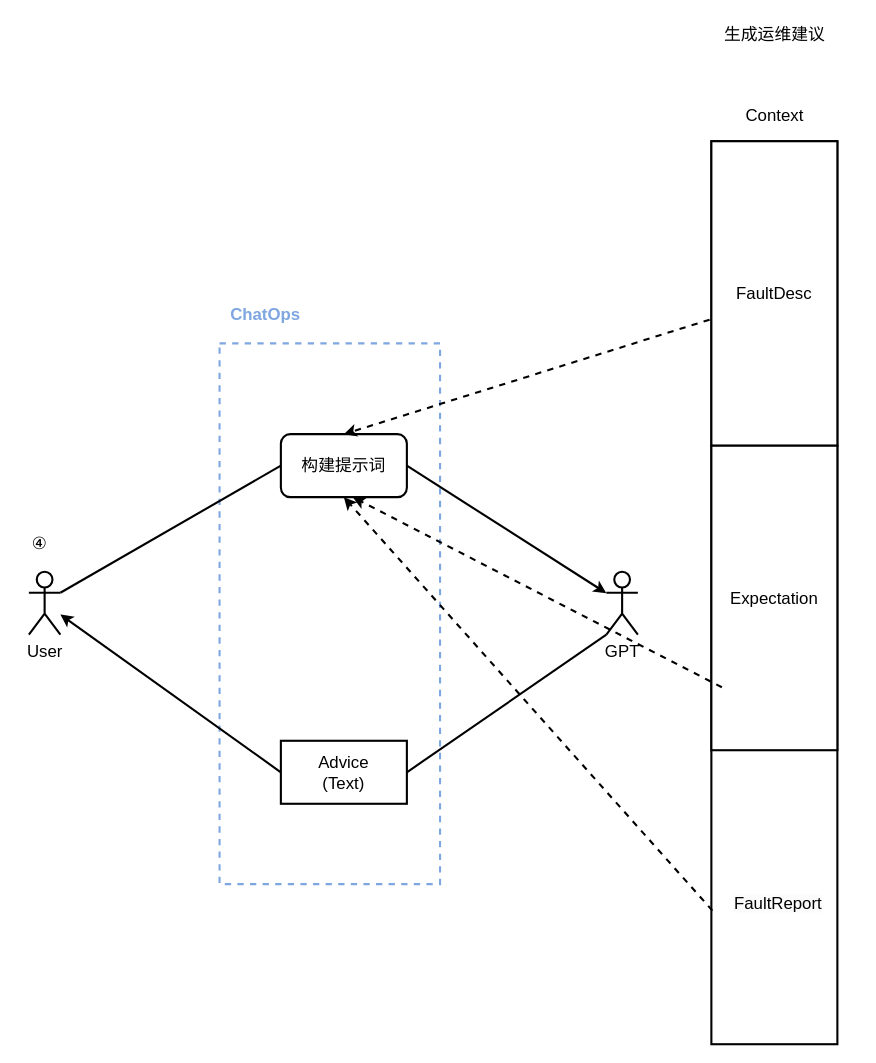
The draw.io diagram page "D4" (7 of 7) of docs/chatops.drawio in StLeoX/chatops, before the edit. Source tidied: cells renumbered, new cells numbered last; positions are measured from the earlier drawing's top-left corner, leaving out a move shared by most shapes. Both pictures are drawn from the tidied source at 105%, with x=0, y=0 at pixel (18, 18).
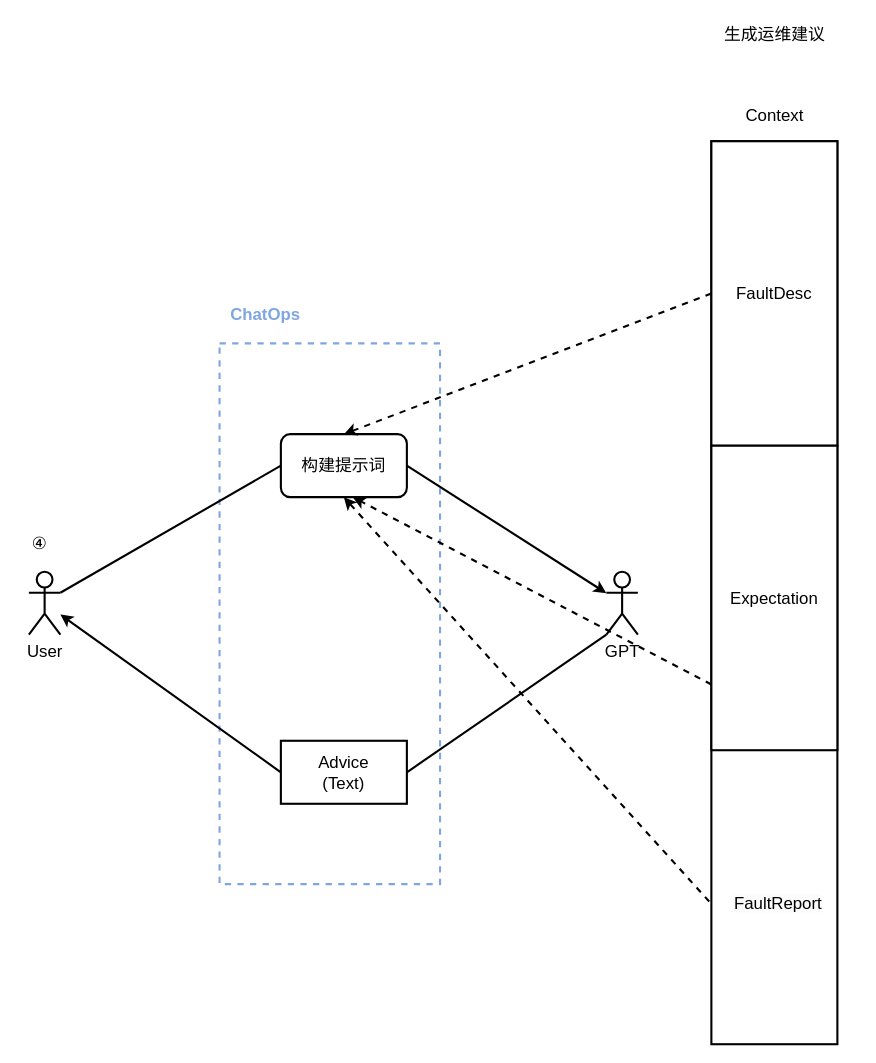
The same diagram, later.

The change refers to these unchanged cells:
```xml
<mxCell id="3" style="rounded=0;whiteSpace=wrap;html=1;fontSize=16;strokeWidth=2;" parent="1" vertex="1">
  <mxGeometry x="660" y="117" width="120" height="860" as="geometry" />
</mxCell>
<mxCell id="12" value="构建提示词" style="rounded=1;whiteSpace=wrap;html=1;fontSize=16;strokeWidth=2;" parent="1" vertex="1">
  <mxGeometry x="250" y="396" width="120" height="60" as="geometry" />
</mxCell>
<mxCell id="15" value="FaultDesc" style="rounded=0;whiteSpace=wrap;html=1;fontSize=16;strokeWidth=2;" parent="1" vertex="1">
  <mxGeometry x="660" y="117" width="120" height="290" as="geometry" />
</mxCell>
<mxCell id="16" value="Expectation&lt;br style=&quot;border-color: var(--border-color); font-size: 16px;&quot;&gt;" style="rounded=0;whiteSpace=wrap;html=1;fontSize=16;strokeWidth=2;" parent="1" vertex="1">
  <mxGeometry x="660" y="407" width="120" height="290" as="geometry" />
</mxCell>
```

The edit, as a diff of the source:
```diff
@@
-    <mxCell id="14" style="edgeStyle=none;jettySize=auto;html=1;rounded=0;entryX=0.5;entryY=0;entryDx=0;entryDy=0;dashed=1;exitX=-0.014;exitY=0.586;exitDx=0;exitDy=0;exitPerimeter=0;fontSize=16;strokeWidth=2;" parent="1" edge="1" source="15" target="12">
+    <mxCell id="14" style="edgeStyle=none;jettySize=auto;html=1;rounded=0;entryX=0.5;entryY=0;entryDx=0;entryDy=0;dashed=1;exitX=0;exitY=0.5;exitDx=0;exitDy=0;fontSize=16;strokeWidth=2;" parent="1" edge="1" source="15" target="12">
       <mxGeometry relative="1" as="geometry" />
     </mxCell>
@@
-    <mxCell id="17" style="edgeStyle=none;jettySize=auto;html=1;rounded=0;dashed=1;fontSize=16;entryX=0.571;entryY=1;entryDx=0;entryDy=0;entryPerimeter=0;strokeWidth=2;" parent="1" edge="1" target="12">
-      <mxGeometry relative="1" as="geometry">
-        <mxPoint x="670" y="637" as="sourcePoint" />
-      </mxGeometry>
+    <mxCell id="17" style="edgeStyle=none;jettySize=auto;html=1;rounded=0;dashed=1;fontSize=16;entryX=0.571;entryY=1;entryDx=0;entryDy=0;entryPerimeter=0;strokeWidth=2;exitX=0;exitY=0.784;exitDx=0;exitDy=0;exitPerimeter=0;" parent="1" edge="1" source="16" target="12">
+      <mxGeometry relative="1" as="geometry" />
     </mxCell>
-    <mxCell id="18" style="edgeStyle=none;jettySize=auto;html=1;rounded=0;exitX=0.008;exitY=0.852;exitDx=0;exitDy=0;exitPerimeter=0;entryX=0.5;entryY=1;entryDx=0;entryDy=0;dashed=1;fontSize=16;strokeWidth=2;" parent="1" edge="1" source="3" target="12">
+    <mxCell id="18" style="edgeStyle=none;jettySize=auto;html=1;rounded=0;exitX=-0.017;exitY=0.842;exitDx=0;exitDy=0;exitPerimeter=0;entryX=0.5;entryY=1;entryDx=0;entryDy=0;dashed=1;fontSize=16;strokeWidth=2;" parent="1" edge="1" source="3" target="12">
       <mxGeometry relative="1" as="geometry" />
     </mxCell>
```
